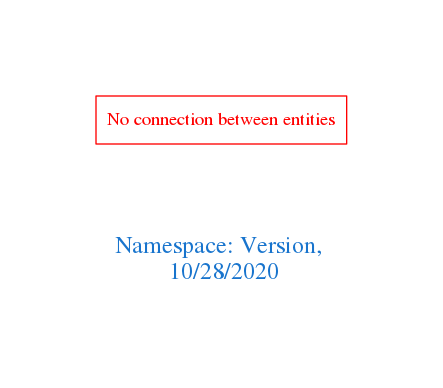
The Graphviz diagram downloads/Version.png in arago/OGIT, before a commit. Its source is kept beside it as downloads/Version.dot.
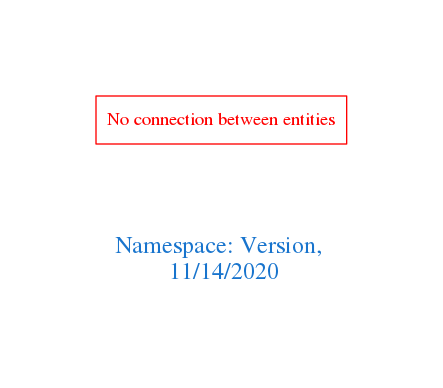
After the commit.

Change to the diagram source:
```diff
@@ -1,7 +1,7 @@
 digraph OGIT_ontology {
  graph [ rankdir= LR,pad=1
 fontsize = 18,
-fontcolor= dodgerblue3,label = "\n\n\nNamespace: Version, \n 10/28/2020"];
+fontcolor= dodgerblue3,label = "\n\n\nNamespace: Version, \n 11/14/2020"];
 node[shape=polygon];
 edge [  color="gray81"];
 
```
